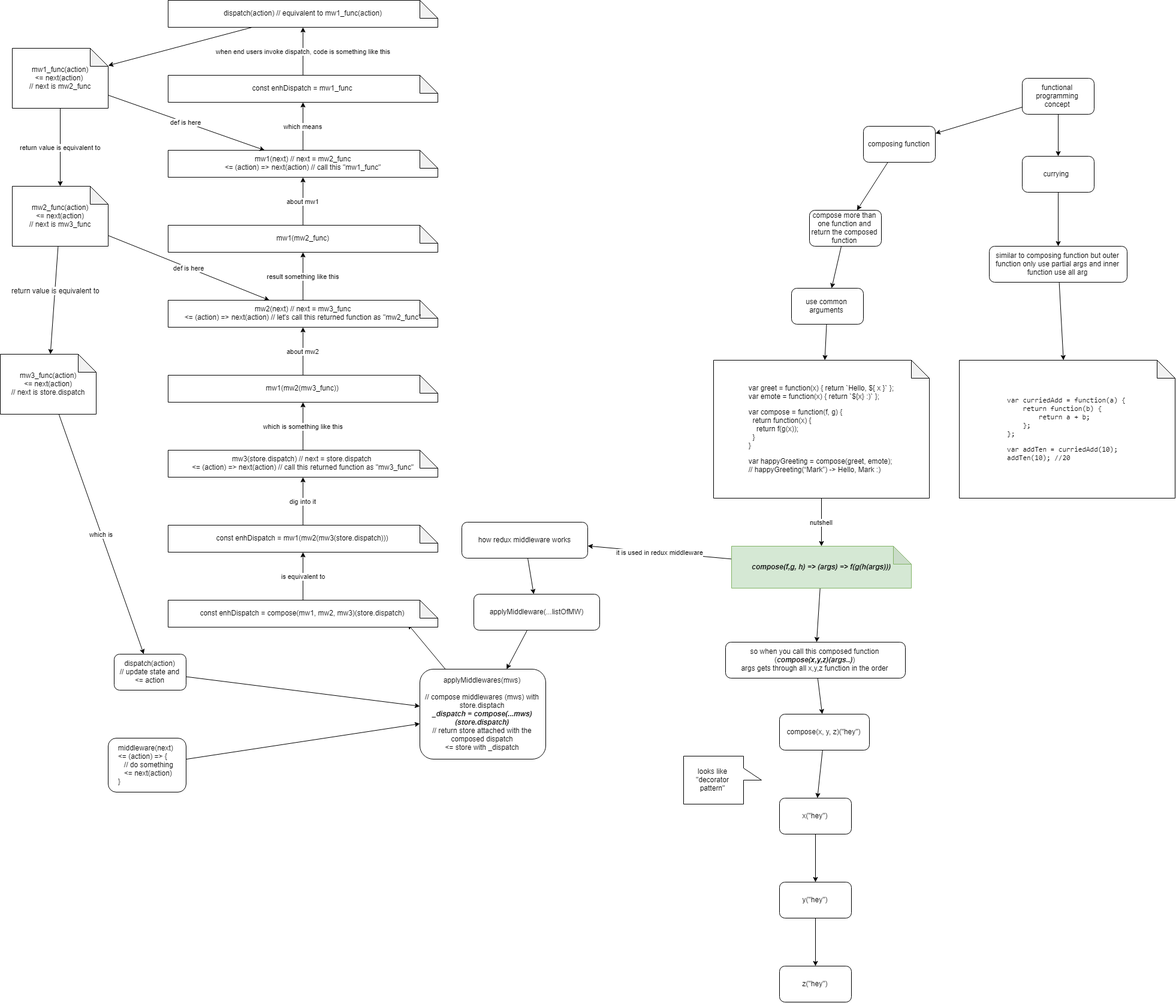
This is functional_programming_concept.png from stsiwo/js_concept, a draw.io export, as it was before one commit. Source tidied: cells renumbered, new cells last; positions are measured from the earlier drawing's top-left corner, leaving out a move shared by most shapes.
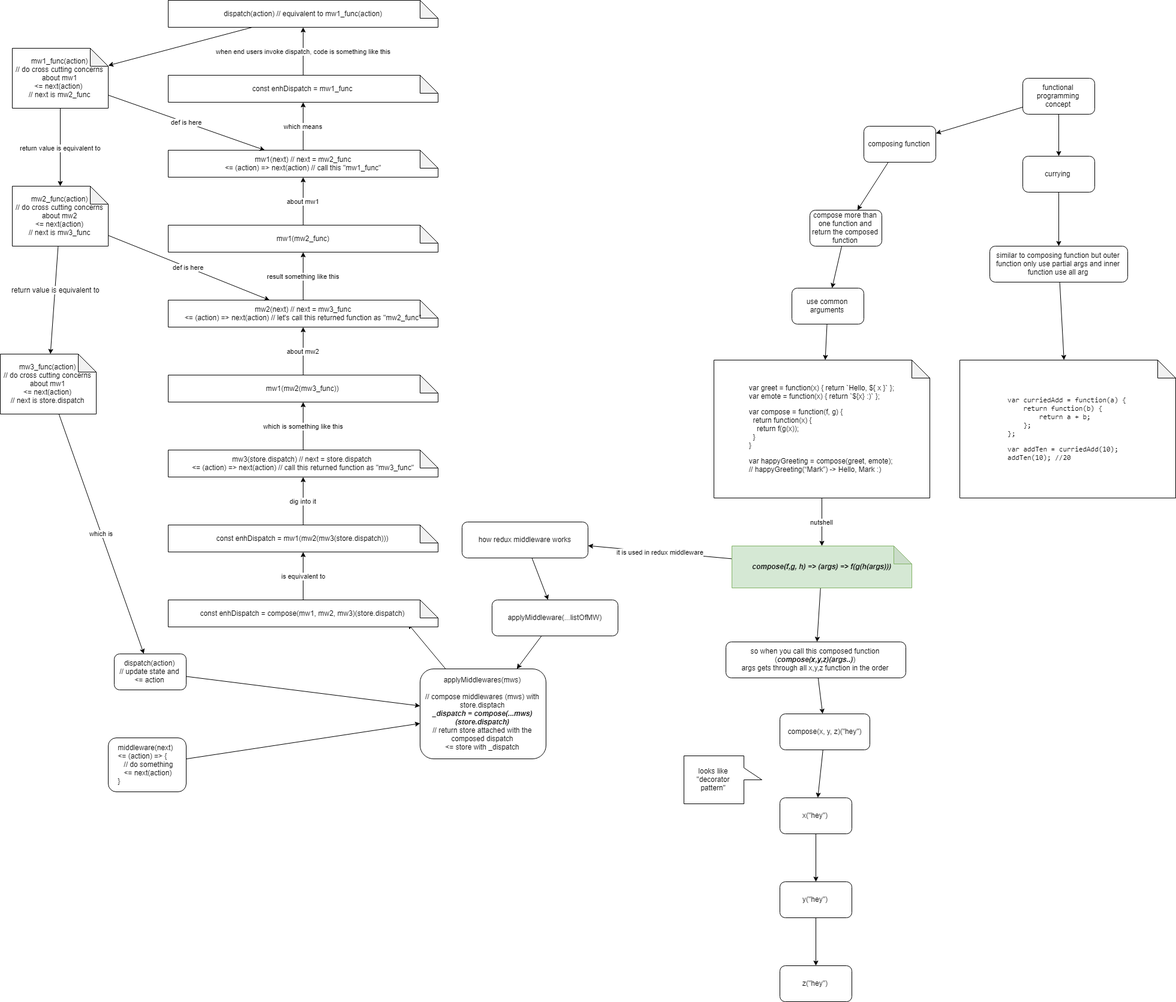
After the change.

The edit, as a diff of the source:
```diff
@@ -99,7 +99,7 @@
       <mxGeometry relative="1" as="geometry" />
     </mxCell>
     <mxCell id="34" value="applyMiddleware(...listOfMW)" style="rounded=1;whiteSpace=wrap;html=1;" parent="1" vertex="1">
-      <mxGeometry x="790" y="990" width="210" height="60" as="geometry" />
+      <mxGeometry x="820" y="1000" width="210" height="60" as="geometry" />
     </mxCell>
     <mxCell id="35" style="edgeStyle=none;rounded=0;html=1;jettySize=auto;" parent="1" edge="1" source="36" target="40">
       <mxGeometry relative="1" as="geometry" />
@@ -181,7 +181,7 @@
     <mxCell id="60" value="return value is equivalent to" style="edgeStyle=none;rounded=0;html=1;jettySize=auto;" parent="1" edge="1" source="61" target="65">
       <mxGeometry relative="1" as="geometry" />
     </mxCell>
-    <mxCell id="61" value="mw1_func(action)&lt;br&gt;&amp;lt;= next(action)&amp;nbsp;&lt;br&gt;// next is mw2_func&lt;br&gt;" style="shape=note;whiteSpace=wrap;html=1;backgroundOutline=1;darkOpacity=0.05;" parent="1" vertex="1">
+    <mxCell id="61" value="mw1_func(action)&lt;br&gt;// do cross cutting concerns about mw1&lt;br&gt;&amp;lt;= next(action)&amp;nbsp;&lt;br&gt;// next is mw2_func&lt;br&gt;" style="shape=note;whiteSpace=wrap;html=1;backgroundOutline=1;darkOpacity=0.05;" parent="1" vertex="1">
       <mxGeometry x="20" y="80" width="160" height="100" as="geometry" />
     </mxCell>
     <mxCell id="62" value="def is here" style="edgeStyle=none;rounded=0;html=1;jettySize=auto;" parent="1" edge="1" source="65" target="50">
@@ -193,13 +193,13 @@
     <mxCell id="64" value="&lt;span&gt;return value is equivalent to&lt;/span&gt;" style="text;html=1;align=center;verticalAlign=middle;labelBackgroundColor=#ffffff;" parent="63" vertex="1">
       <mxGeometry x="-0.2" relative="1" as="geometry" />
     </mxCell>
-    <mxCell id="65" value="mw2_func(action)&lt;br&gt;&amp;lt;= next(action)&lt;br&gt;// next is mw3_func&lt;br&gt;" style="shape=note;whiteSpace=wrap;html=1;backgroundOutline=1;darkOpacity=0.05;" parent="1" vertex="1">
+    <mxCell id="65" value="mw2_func(action)&lt;br&gt;// do cross cutting concerns about mw2&lt;br&gt;&amp;lt;= next(action)&lt;br&gt;// next is mw3_func&lt;br&gt;" style="shape=note;whiteSpace=wrap;html=1;backgroundOutline=1;darkOpacity=0.05;" parent="1" vertex="1">
       <mxGeometry x="20" y="310" width="160" height="100" as="geometry" />
     </mxCell>
     <mxCell id="66" value="which is" style="edgeStyle=none;rounded=0;html=1;jettySize=auto;" parent="1" edge="1" source="67" target="36">
       <mxGeometry relative="1" as="geometry" />
     </mxCell>
-    <mxCell id="67" value="mw3_func(action)&lt;br&gt;&amp;lt;= next(action)&lt;br&gt;// next is store.dispatch&lt;br&gt;" style="shape=note;whiteSpace=wrap;html=1;backgroundOutline=1;darkOpacity=0.05;" parent="1" vertex="1">
+    <mxCell id="67" value="mw3_func(action)&lt;br&gt;// do cross cutting concerns about mw1&lt;br&gt;&amp;lt;= next(action)&lt;br&gt;// next is store.dispatch&lt;br&gt;" style="shape=note;whiteSpace=wrap;html=1;backgroundOutline=1;darkOpacity=0.05;" parent="1" vertex="1">
       <mxGeometry y="590" width="160" height="100" as="geometry" />
     </mxCell>
   </root>
```
